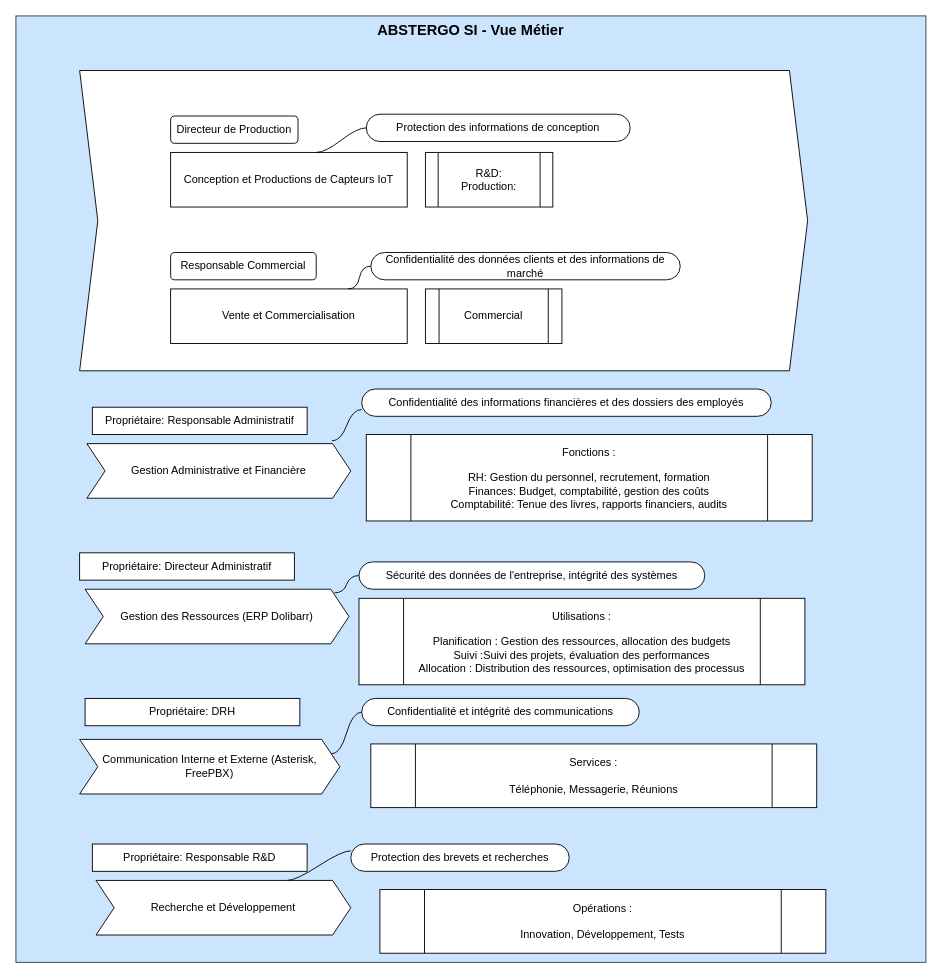
This is Vue_Metiers_SI.drawio from CharifMah/AbstergoAnimus, a draw.io file, before an edit. Source tidied: cells renumbered, new cells numbered last; positions are measured from the earlier drawing's top-left corner, leaving out a move shared by most shapes. Both pictures are drawn from the tidied source at 91%, with x=0, y=0 at pixel (15, 15).
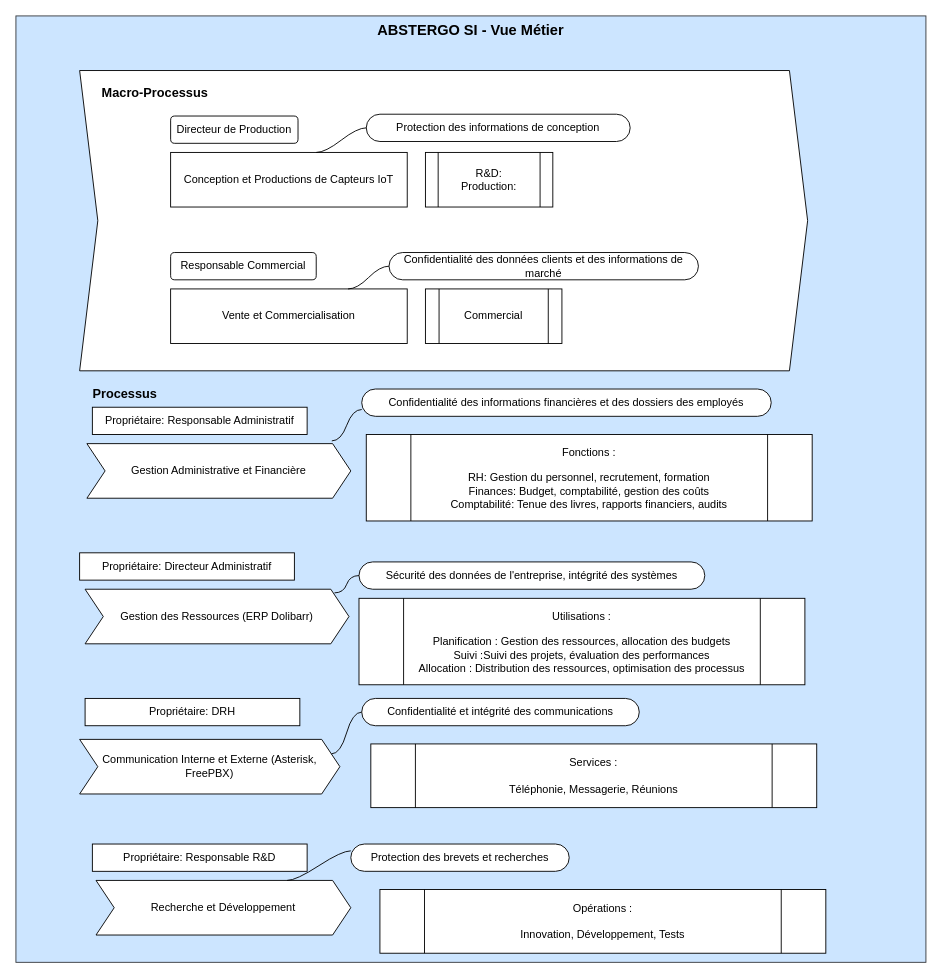
The same diagram, later.

Commit message (it also covers changes not shown here):
Mettre à jour Vue_Metiers_SI.drawio

What changed in the source:
```diff
@@
     <mxCell id="13" value="Confidentialité des données clients et des informations de marché" style="whiteSpace=wrap;html=1;rounded=1;arcSize=50;align=center;verticalAlign=middle;strokeWidth=1;spacing=4;newEdgeStyle={&quot;edgeStyle&quot;:&quot;entityRelationEdgeStyle&quot;,&quot;startArrow&quot;:&quot;none&quot;,&quot;endArrow&quot;:&quot;none&quot;,&quot;segment&quot;:10,&quot;curved&quot;:1,&quot;sourcePerimeterSpacing&quot;:0,&quot;targetPerimeterSpacing&quot;:0};" parent="1" vertex="1">
-      <mxGeometry x="390" y="260" width="340" height="30" as="geometry" />
+      <mxGeometry x="410" y="260" width="340" height="30" as="geometry" />
     </mxCell>
@@
+    <mxCell id="34" value="&lt;font style=&quot;font-size: 14px;&quot;&gt;&lt;b&gt;Macro-Processus&lt;/b&gt;&lt;/font&gt;" style="text;html=1;strokeColor=none;fillColor=none;align=center;verticalAlign=middle;whiteSpace=wrap;rounded=0;" parent="1" vertex="1">
+      <mxGeometry x="78" y="70" width="150" height="30" as="geometry" />
+    </mxCell>
+    <mxCell id="35" value="&lt;font style=&quot;font-size: 14px;&quot;&gt;&lt;b&gt;Processus&lt;/b&gt;&lt;/font&gt;" style="text;html=1;strokeColor=none;fillColor=none;align=center;verticalAlign=middle;whiteSpace=wrap;rounded=0;" parent="1" vertex="1">
+      <mxGeometry x="60" y="400" width="120" height="30" as="geometry" />
+    </mxCell>
```
